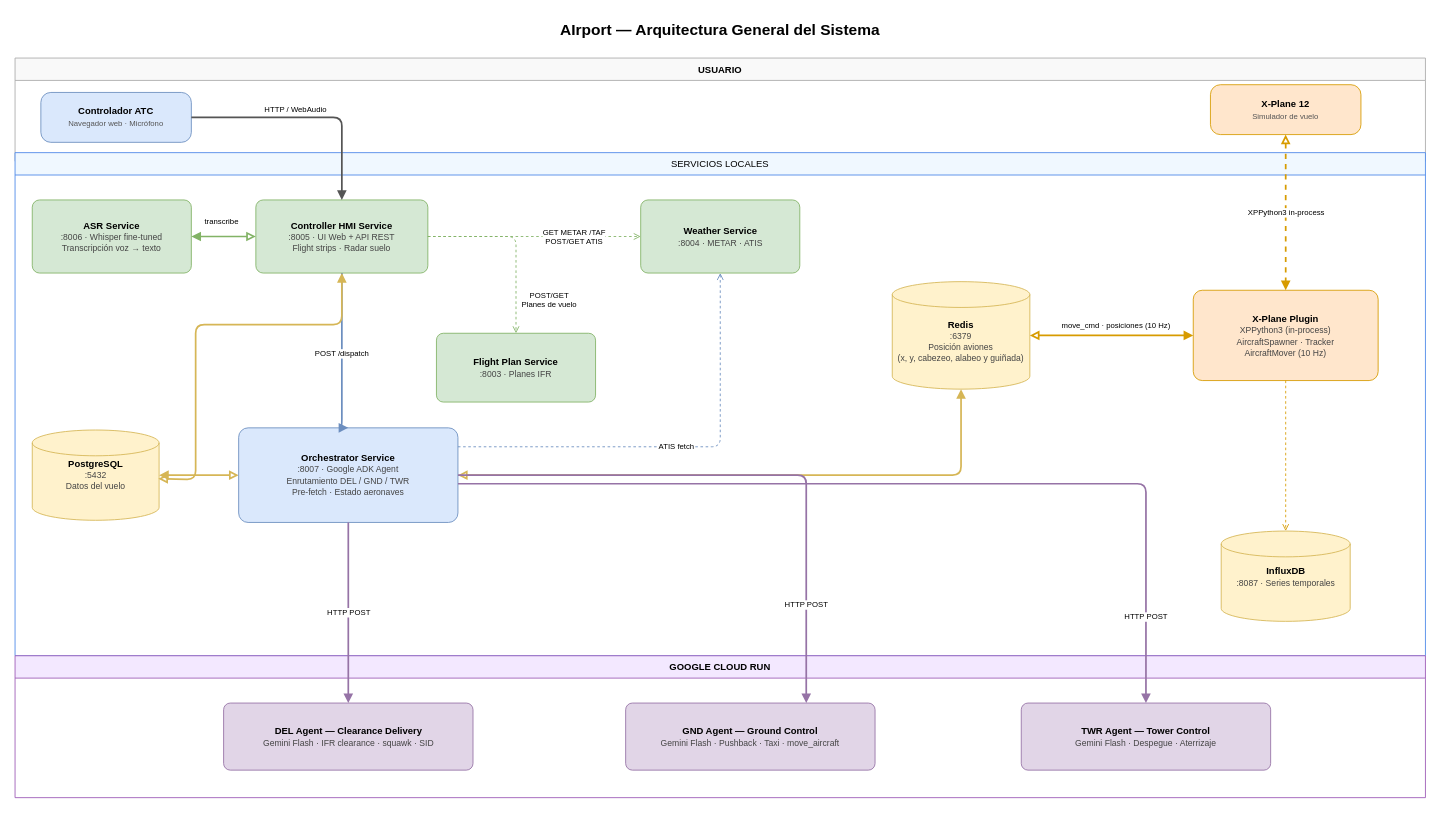
This is docs/diagrams/diagram_01_arquitectura_general.drawio from Santisoutoo/AIrport, a draw.io file, before an edit. Source tidied: cells renumbered, new cells numbered last; positions are measured from the earlier drawing's top-left corner, leaving out a move shared by most shapes. Both pictures are drawn from the tidied source at 86%, with x=0, y=0 at pixel (15, 15).
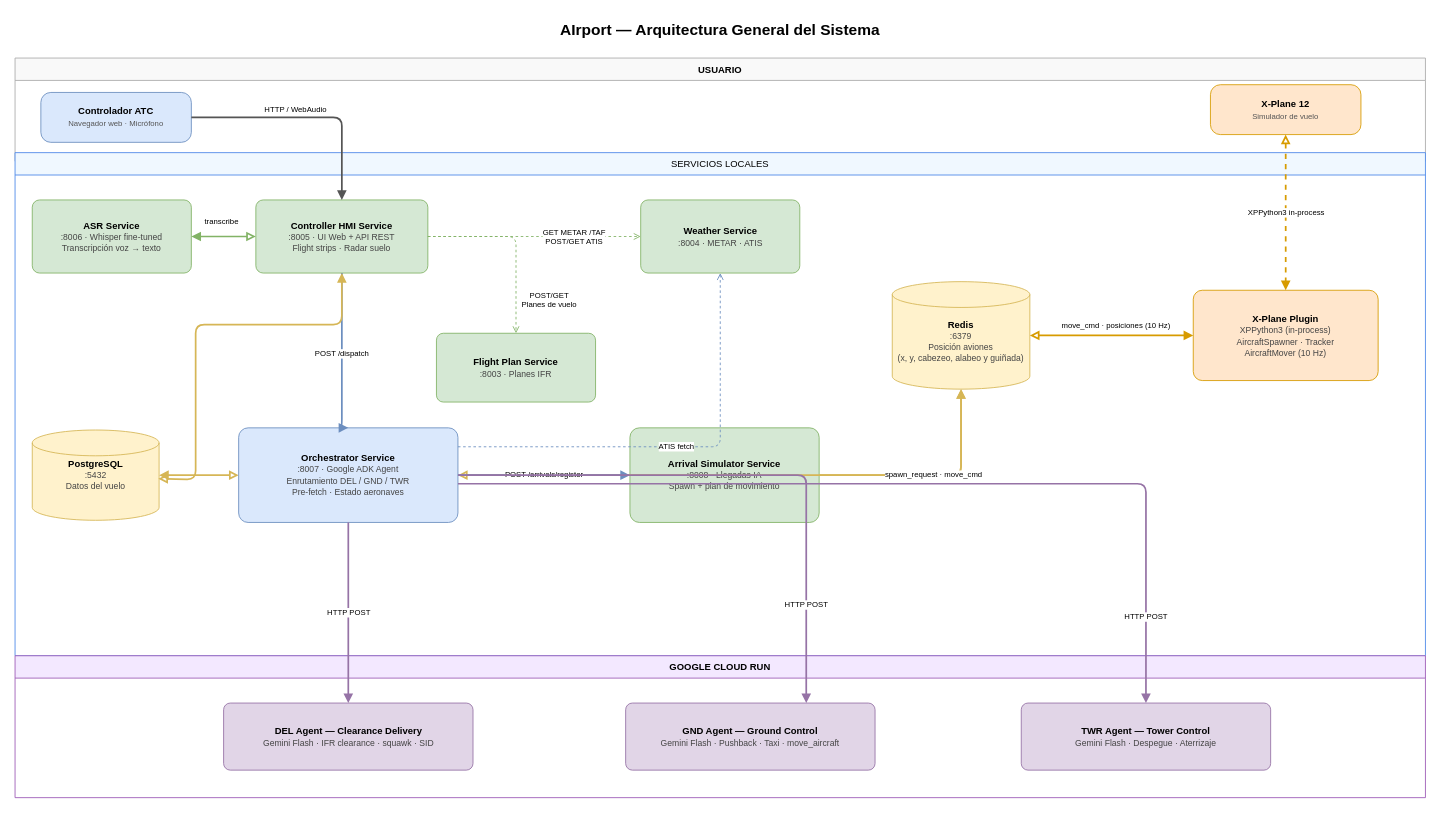
The same page after the edit.

The change refers to these unchanged cells:
```xml
<mxCell id="6" value="SERVICIOS LOCALES" style="swimlane;startSize=26;fillColor=#f0f8ff;strokeColor=#4a86e8;fontStyle=0;fontSize=11;" parent="1" vertex="1">
  <mxGeometry y="160" width="1640" height="585" as="geometry" />
</mxCell>
<mxCell id="12" value="&lt;b&gt;Orchestrator Service&lt;/b&gt;&lt;br/&gt;&lt;font style=&quot;font-size:10px;color:#444;&quot;&gt;:8007 · Google ADK Agent&lt;br/&gt;Enrutamiento DEL / GND / TWR&lt;br/&gt;Pre-fetch · Estado aeronaves&lt;/font&gt;" style="rounded=1;whiteSpace=wrap;html=1;fillColor=#dae8fc;strokeColor=#6c8ebf;arcSize=10;fontSize=11;" parent="6" vertex="1">
  <mxGeometry x="260" y="320" width="255" height="110" as="geometry" />
</mxCell>
<mxCell id="14" value="&lt;div&gt;&lt;b&gt;&lt;br&gt;&lt;/b&gt;&lt;/div&gt;&lt;b&gt;Redis&lt;/b&gt;&lt;br&gt;&lt;font style=&quot;font-size: 10px; color: rgb(68, 68, 68);&quot;&gt;:6379&lt;br&gt;Posición aviones&lt;/font&gt;&lt;div&gt;&lt;font style=&quot;font-size: 10px; color: rgb(68, 68, 68);&quot;&gt;(x, y, cabezeo, alabeo y guiñada)&lt;/font&gt;&lt;/div&gt;" style="shape=cylinder3;whiteSpace=wrap;html=1;fillColor=#fff2cc;strokeColor=#d6b656;fontSize=11;" parent="6" vertex="1">
  <mxGeometry x="1020" y="150" width="160" height="125" as="geometry" />
</mxCell>
<mxCell id="15" value="&lt;b&gt;X-Plane Plugin&lt;/b&gt;&lt;br/&gt;&lt;font style=&quot;font-size:10px;color:#444;&quot;&gt;XPPython3 (in-process)&lt;br/&gt;AircraftSpawner · Tracker&lt;br/&gt;AircraftMover (10 Hz)&lt;/font&gt;" style="rounded=1;whiteSpace=wrap;html=1;fillColor=#ffe6cc;strokeColor=#d79b00;arcSize=10;fontSize=11;" parent="6" vertex="1">
  <mxGeometry x="1370" y="160" width="215" height="105" as="geometry" />
</mxCell>
```

The edit, as a diff of the source:
```diff
@@
+    <mxCell id="35" value="&lt;b&gt;Arrival Simulator Service&lt;/b&gt;&lt;br/&gt;&lt;font style=&quot;font-size:10px;color:#444;&quot;&gt;:8008 · Llegadas IA&lt;br/&gt;Spawn + plan de movimiento&lt;/font&gt;" style="rounded=1;whiteSpace=wrap;html=1;fillColor=#d5e8d4;strokeColor=#82b366;arcSize=10;fontSize=11;" parent="6" vertex="1">
+      <mxGeometry x="715" y="320" width="220" height="110" as="geometry" />
+    </mxCell>
@@
-    <mxCell id="16" value="&lt;b&gt;InfluxDB&lt;/b&gt;&lt;br&gt;&lt;font style=&quot;font-size: 10px; color: rgb(68, 68, 68);&quot;&gt;:8087 · Series temporales&lt;br&gt;&lt;/font&gt;" style="shape=cylinder3;whiteSpace=wrap;html=1;fillColor=#fff2cc;strokeColor=#d6b656;fontSize=11;" parent="6" vertex="1">
-      <mxGeometry x="1402.5" y="440" width="150" height="105" as="geometry" />
-    </mxCell>
@@
-    <mxCell id="24" style="edgeStyle=orthogonalEdgeStyle;rounded=1;html=1;strokeColor=#d79b00;strokeWidth=1;fontSize=9;dashed=1;endArrow=open;endFill=0;exitX=0.5;exitY=1;exitDx=0;exitDy=0;entryX=0.5;entryY=0;entryDx=0;entryDy=0;" parent="6" edge="1" source="15" target="16">
-      <mxGeometry relative="1" as="geometry" />
-    </mxCell>
@@
+    <mxCell id="36" value="POST /arrivals/register" style="edgeStyle=orthogonalEdgeStyle;rounded=1;html=1;strokeColor=#6c8ebf;strokeWidth=2;fontSize=9;endArrow=block;endFill=1;exitX=1;exitY=0.5;exitDx=0;exitDy=0;entryX=0;entryY=0.5;entryDx=0;entryDy=0;" parent="6" edge="1" source="12" target="35">
+      <mxGeometry relative="1" as="geometry" />
+    </mxCell>
+    <mxCell id="37" value="spawn_request · move_cmd" style="edgeStyle=orthogonalEdgeStyle;rounded=1;html=1;strokeColor=#d6b656;strokeWidth=2;fontSize=9;endArrow=block;endFill=1;exitX=1;exitY=0.5;exitDx=0;exitDy=0;entryX=0.5;entryY=1;entryDx=0;entryDy=0;" parent="6" edge="1" source="35" target="14">
+      <mxGeometry relative="1" as="geometry" />
+    </mxCell>
```
